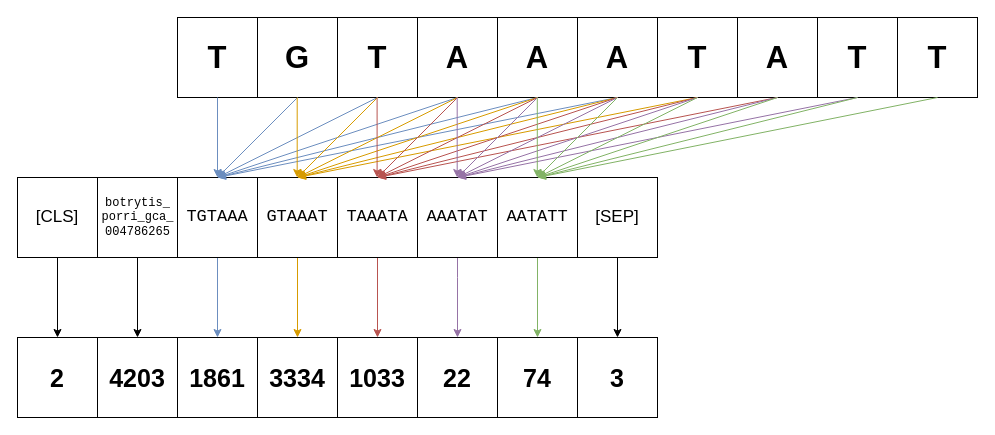
Before: masking.drawio in flyingkukri/thesis, a draw.io diagram. Source tidied: cells renumbered, new cells numbered last; positions are measured from the earlier drawing's top-left corner, leaving out a move shared by most shapes. Both pictures are drawn from the tidied source at 100%, with x=0, y=0 at pixel (17, 17).
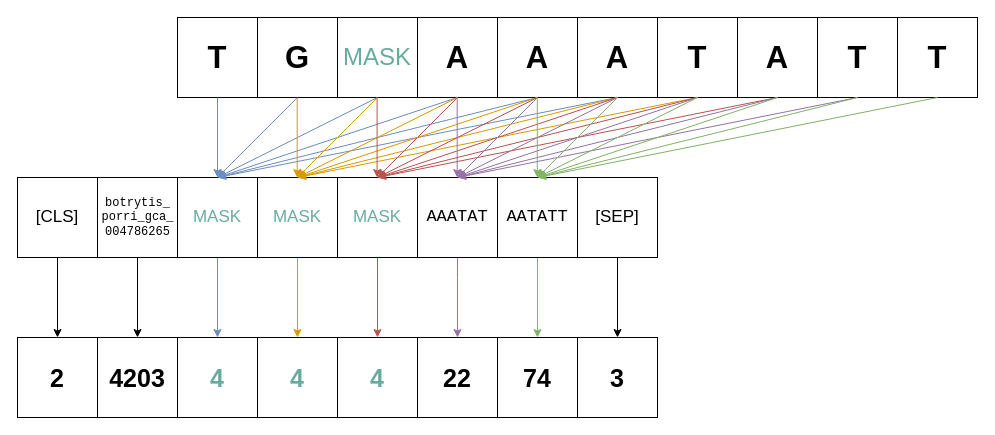
Above is the later version.

The edit, as a diff of the source:
```diff
@@
-    <mxCell id="4" value="T" style="whiteSpace=wrap;html=1;fontSize=31;fontStyle=1;textShadow=0;fontFamily=Helvetica;" parent="1" vertex="1">
+    <mxCell id="4" value="MASK" style="whiteSpace=wrap;html=1;fontSize=24;fontStyle=0;textShadow=0;fontFamily=Helvetica;fontColor=#67AB9F;" parent="1" vertex="1">
       <mxGeometry x="320" width="80" height="80" as="geometry" />
     </mxCell>
@@
-    <mxCell id="13" value="&lt;pre style=&quot;font-size: 17px;&quot;&gt;TGTAAA&lt;/pre&gt;" style="whiteSpace=wrap;html=1;fontSize=17;" parent="1" vertex="1">
+    <mxCell id="13" value="MASK" style="whiteSpace=wrap;html=1;fontSize=17;fontColor=#67AB9F;" parent="1" vertex="1">
       <mxGeometry x="160" y="160" width="80" height="80" as="geometry" />
     </mxCell>
@@
-    <mxCell id="15" value="&lt;pre style=&quot;font-size: 17px;&quot;&gt;GTAAAT&lt;/pre&gt;" style="whiteSpace=wrap;html=1;fontSize=17;" parent="1" vertex="1">
+    <mxCell id="15" value="MASK" style="whiteSpace=wrap;html=1;fontSize=17;fontColor=#67AB9F;" parent="1" vertex="1">
       <mxGeometry x="240" y="160" width="80" height="80" as="geometry" />
     </mxCell>
@@
-    <mxCell id="17" value="&lt;pre style=&quot;font-size: 17px;&quot;&gt;TAAATA&lt;/pre&gt;" style="whiteSpace=wrap;html=1;fontSize=17;" parent="1" vertex="1">
+    <mxCell id="17" value="MASK" style="whiteSpace=wrap;html=1;fontSize=17;fontColor=#67AB9F;" parent="1" vertex="1">
       <mxGeometry x="320" y="160" width="80" height="80" as="geometry" />
     </mxCell>
@@
-    <mxCell id="22" value="1861" style="whiteSpace=wrap;html=1;fontSize=25;fontStyle=1;" parent="1" vertex="1">
+    <mxCell id="22" value="4" style="whiteSpace=wrap;html=1;fontSize=25;fontStyle=1;fontColor=#67AB9F;" parent="1" vertex="1">
       <mxGeometry x="160" y="320" width="80" height="80" as="geometry" />
     </mxCell>
-    <mxCell id="23" value="3334" style="whiteSpace=wrap;html=1;fontSize=25;fontStyle=1;" parent="1" vertex="1">
+    <mxCell id="23" value="4" style="whiteSpace=wrap;html=1;fontSize=25;fontStyle=1;fontColor=#67AB9F;" parent="1" vertex="1">
       <mxGeometry x="240" y="320" width="80" height="80" as="geometry" />
     </mxCell>
-    <mxCell id="24" value="1033" style="whiteSpace=wrap;html=1;fontSize=25;fontStyle=1;" parent="1" vertex="1">
+    <mxCell id="24" value="4" style="whiteSpace=wrap;html=1;fontSize=25;fontStyle=1;fontColor=#67AB9F;" parent="1" vertex="1">
       <mxGeometry x="320" y="320" width="80" height="80" as="geometry" />
     </mxCell>
```
